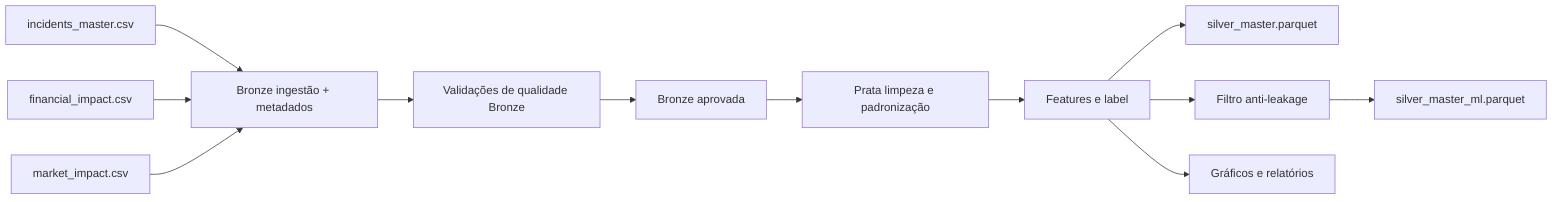
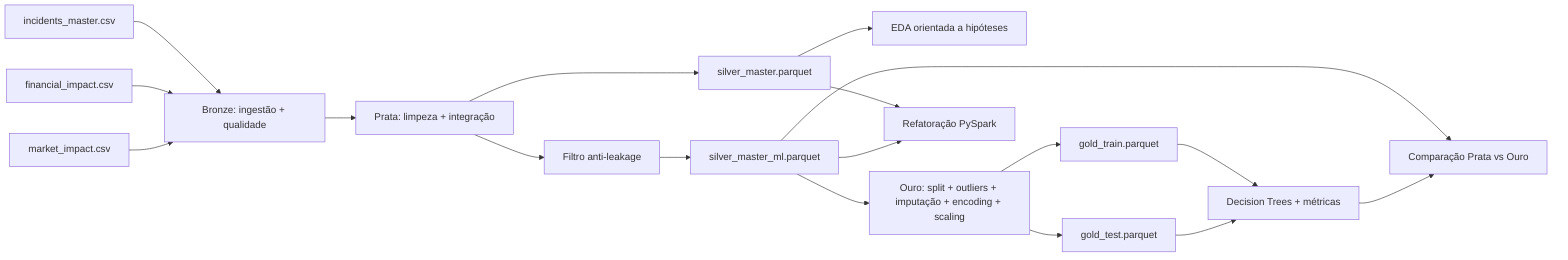
flowchart LR
-     A[incidents_master.csv] --> D[Bronze ingestão + metadados]
+     A[incidents_master.csv] --> D[Bronze: ingestão + qualidade]
    B[financial_impact.csv] --> D
    C[market_impact.csv] --> D
-     D --> E[Validações de qualidade Bronze]
-     E --> F[Bronze aprovada]
-     F --> G[Prata limpeza e padronização]
-     G --> H[Features e label]
-     H --> I[silver_master.parquet]
-     H --> J[Filtro anti-leakage]
-     J --> K[silver_master_ml.parquet]
-     H --> L[Gráficos e relatórios]
+     D --> E[Prata: limpeza + integração]
+     E --> F[silver_master.parquet]
+     E --> G[Filtro anti-leakage]
+     G --> H[silver_master_ml.parquet]
+     F --> I[EDA orientada a hipóteses]
+     H --> J[Ouro: split + outliers + imputação + encoding + scaling]
+     J --> K[gold_train.parquet]
+     J --> L[gold_test.parquet]
+     K --> M[Decision Trees + métricas]
+     L --> M
+     H --> N[Comparação Prata vs Ouro]
+     M --> N
+     F --> O[Refatoração PySpark]
+     H --> O
